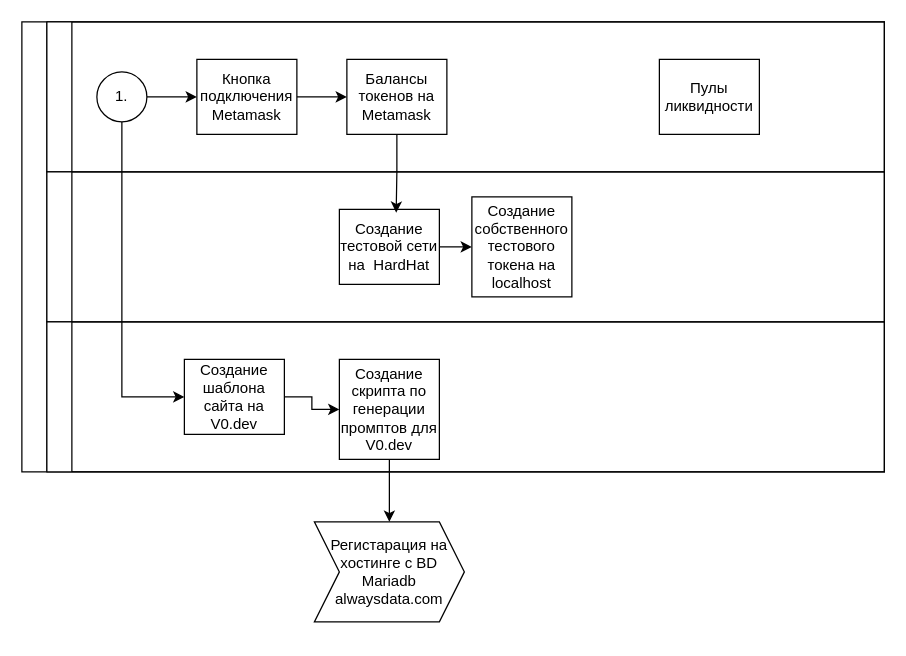
The draw.io diagram HardHat_1.drawio in ElvenRivendil/Diagrams_blocks_algoritms, before the edit. Source tidied: cells renumbered, new cells numbered last; positions are measured from the earlier drawing's top-left corner, leaving out a move shared by most shapes. Both pictures are drawn from the tidied source at 125%, with x=0, y=0 at pixel (21, 21).
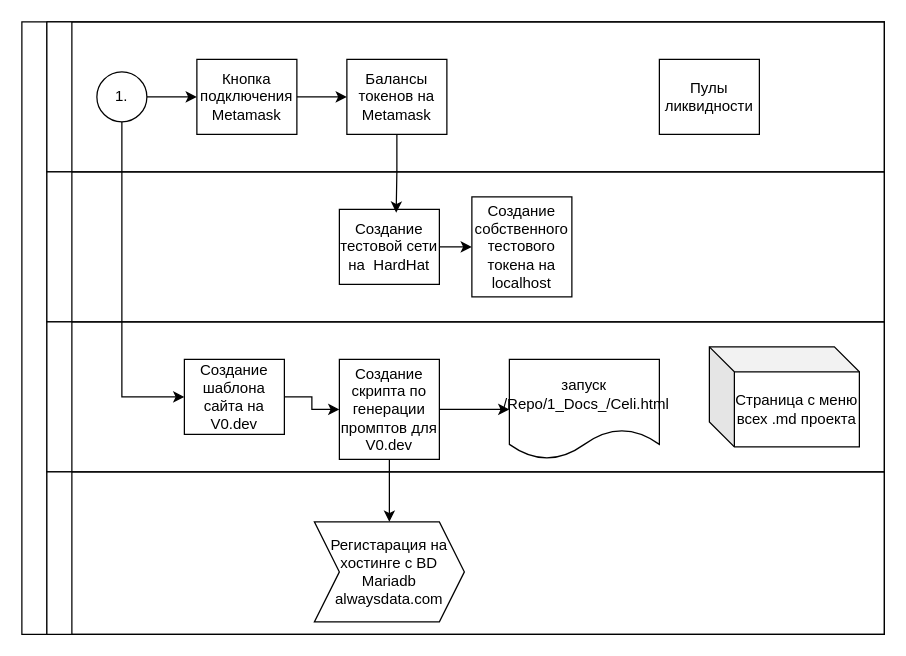
After the change.

Unchanged cells that the change refers to:
```xml
<mxCell id="14" style="swimlane;html=1;startSize=20;horizontal=0;" parent="2" vertex="1">
  <mxGeometry x="20" y="240" width="670" height="120" as="geometry" />
</mxCell>
<mxCell id="17" value="&lt;div&gt;Создание скрипта по генерации промптов для V0.dev&lt;/div&gt;" style="rounded=0;whiteSpace=wrap;html=1;fontFamily=Helvetica;fontSize=12;fontColor=#000000;align=center;" parent="14" vertex="1">
  <mxGeometry x="234" y="30" width="80" height="80" as="geometry" />
</mxCell>
```

The edit, as a diff of the source:
```diff
@@
     <mxCell id="2" style="swimlane;html=1;horizontal=0;startSize=20;" parent="1" vertex="1">
-      <mxGeometry width="690" height="360" as="geometry" />
+      <mxGeometry width="690" height="490" as="geometry" />
     </mxCell>
@@
+    <mxCell id="22" style="edgeStyle=orthogonalEdgeStyle;rounded=0;jettySize=auto;html=1;exitX=1;exitY=0.5;exitDx=0;exitDy=0;entryX=0;entryY=0.5;entryDx=0;entryDy=0;" parent="14" edge="1" source="17" target="23">
+      <mxGeometry relative="1" as="geometry" />
+    </mxCell>
@@
+    <mxCell id="23" value="запуск ./Repo/1_Docs_/Celi.html" style="shape=document;whiteSpace=wrap;html=1;boundedLbl=1;" parent="14" vertex="1">
+      <mxGeometry x="370" y="30" width="120" height="80" as="geometry" />
+    </mxCell>
+    <mxCell id="24" value="Страница с меню всех .md проекта" style="shape=cube;whiteSpace=wrap;html=1;boundedLbl=1;backgroundOutline=1;darkOpacity=0.05;darkOpacity2=0.1;" parent="14" vertex="1">
+      <mxGeometry x="530" y="20" width="120" height="80" as="geometry" />
+    </mxCell>
@@
+    <mxCell id="25" style="swimlane;html=1;startSize=20;horizontal=0;" parent="2" vertex="1">
+      <mxGeometry x="20" y="360" width="670" height="130" as="geometry" />
+    </mxCell>
```
